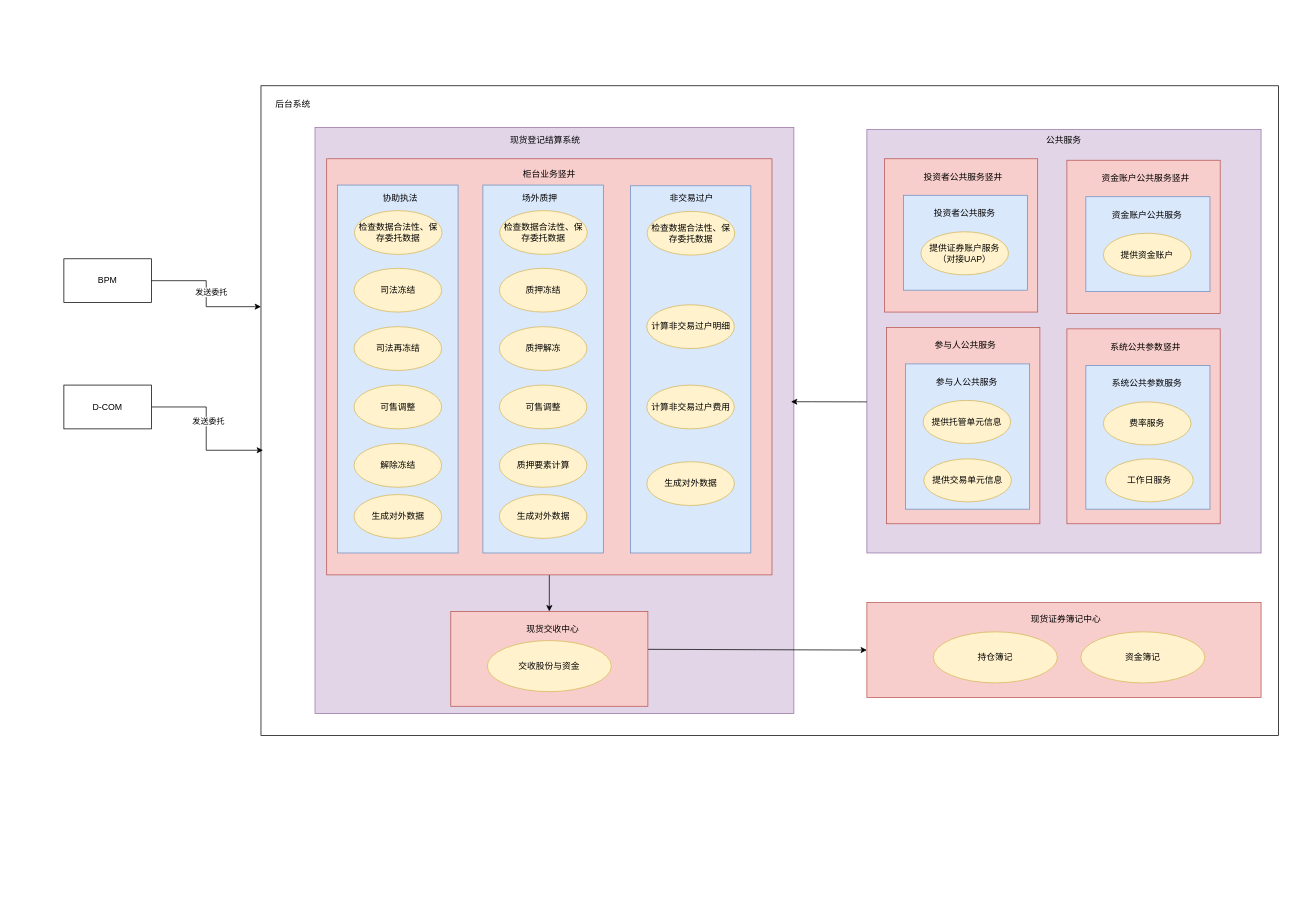
The draw.io diagram 现货业务系统架构示意图.drawio in CielChen/CounterBusiness, before the edit. Source tidied: cells renumbered, new cells numbered last; positions are measured from the earlier drawing's top-left corner, leaving out a move shared by most shapes. Both pictures are drawn from the tidied source at 73%, with x=0, y=0 at pixel (64, 85).
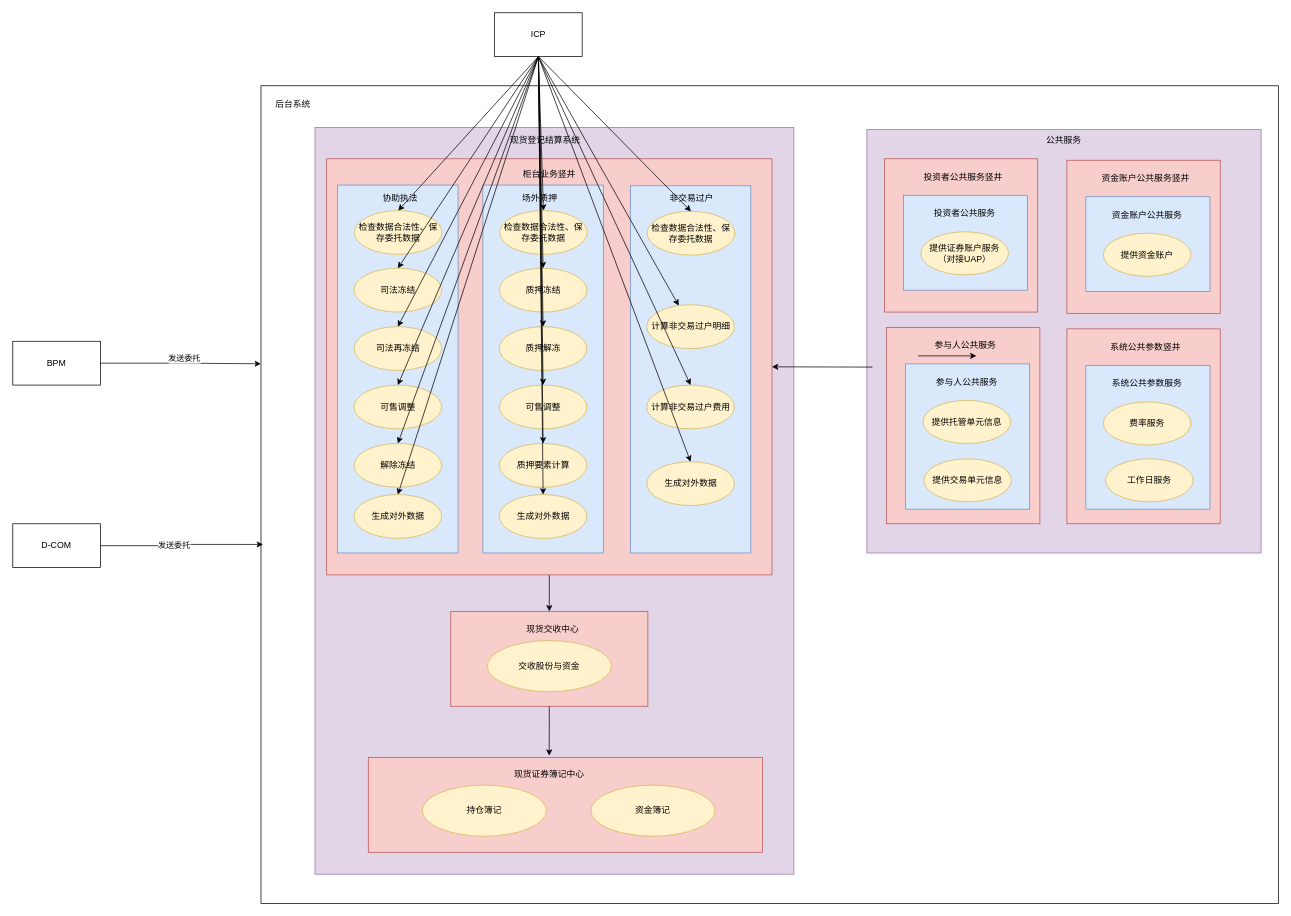
The same diagram, later.

Commit message (it also covers changes not shown here):
更新现货业务系统架构示意图.drawio

Unchanged cells that the change refers to:
```xml
<mxCell id="8" style="rounded=0;whiteSpace=wrap;html=1;fillColor=#f8cecc;strokeColor=#b85450;" parent="1" vertex="1">
  <mxGeometry x="360" y="100" width="610" height="570" as="geometry" />
</mxCell>
<mxCell id="12" value="检查数据合法性、保存委托数据" style="ellipse;whiteSpace=wrap;html=1;fillColor=#fff2cc;strokeColor=#d6b656;" parent="1" vertex="1">
  <mxGeometry x="398" y="171" width="120" height="60" as="geometry" />
</mxCell>
<mxCell id="13" value="生成对外数据" style="ellipse;whiteSpace=wrap;html=1;fillColor=#fff2cc;strokeColor=#d6b656;" parent="1" vertex="1">
  <mxGeometry x="397.5" y="560" width="120" height="60" as="geometry" />
</mxCell>
<mxCell id="14" value="司法冻结" style="ellipse;whiteSpace=wrap;html=1;fillColor=#fff2cc;strokeColor=#d6b656;" parent="1" vertex="1">
  <mxGeometry x="397.5" y="250" width="120" height="60" as="geometry" />
</mxCell>
<mxCell id="15" value="司法再冻结" style="ellipse;whiteSpace=wrap;html=1;fillColor=#fff2cc;strokeColor=#d6b656;" parent="1" vertex="1">
  <mxGeometry x="397.5" y="330" width="120" height="60" as="geometry" />
</mxCell>
<mxCell id="16" value="可售调整" style="ellipse;whiteSpace=wrap;html=1;fillColor=#fff2cc;strokeColor=#d6b656;" parent="1" vertex="1">
  <mxGeometry x="397.5" y="410" width="120" height="60" as="geometry" />
</mxCell>
<mxCell id="17" value="解除冻结" style="ellipse;whiteSpace=wrap;html=1;fillColor=#fff2cc;strokeColor=#d6b656;" parent="1" vertex="1">
  <mxGeometry x="397.5" y="490" width="120" height="60" as="geometry" />
</mxCell>
<mxCell id="20" value="检查数据合法性、保存委托数据" style="ellipse;whiteSpace=wrap;html=1;fillColor=#fff2cc;strokeColor=#d6b656;" parent="1" vertex="1">
  <mxGeometry x="597" y="171" width="120" height="60" as="geometry" />
</mxCell>
<mxCell id="21" value="生成对外数据" style="ellipse;whiteSpace=wrap;html=1;fillColor=#fff2cc;strokeColor=#d6b656;" parent="1" vertex="1">
  <mxGeometry x="596.5" y="560" width="120" height="60" as="geometry" />
</mxCell>
<mxCell id="22" value="质押冻结" style="ellipse;whiteSpace=wrap;html=1;fillColor=#fff2cc;strokeColor=#d6b656;" parent="1" vertex="1">
  <mxGeometry x="596.5" y="250" width="120" height="60" as="geometry" />
</mxCell>
<mxCell id="23" value="质押解冻" style="ellipse;whiteSpace=wrap;html=1;fillColor=#fff2cc;strokeColor=#d6b656;" parent="1" vertex="1">
  <mxGeometry x="596.5" y="330" width="120" height="60" as="geometry" />
</mxCell>
<mxCell id="24" value="可售调整" style="ellipse;whiteSpace=wrap;html=1;fillColor=#fff2cc;strokeColor=#d6b656;" parent="1" vertex="1">
  <mxGeometry x="596.5" y="410" width="120" height="60" as="geometry" />
</mxCell>
<mxCell id="25" value="质押要素计算" style="ellipse;whiteSpace=wrap;html=1;fillColor=#fff2cc;strokeColor=#d6b656;" parent="1" vertex="1">
  <mxGeometry x="596.5" y="490" width="120" height="60" as="geometry" />
</mxCell>
<mxCell id="28" value="检查数据合法性、保存委托数据" style="ellipse;whiteSpace=wrap;html=1;fillColor=#fff2cc;strokeColor=#d6b656;" parent="1" vertex="1">
  <mxGeometry x="799" y="172" width="120" height="60" as="geometry" />
</mxCell>
<mxCell id="29" value="生成对外数据" style="ellipse;whiteSpace=wrap;html=1;fillColor=#fff2cc;strokeColor=#d6b656;" parent="1" vertex="1">
  <mxGeometry x="798.5" y="515" width="120" height="60" as="geometry" />
</mxCell>
<mxCell id="30" value="计算非交易过户明细" style="ellipse;whiteSpace=wrap;html=1;fillColor=#fff2cc;strokeColor=#d6b656;" parent="1" vertex="1">
  <mxGeometry x="798.5" y="300" width="120" height="60" as="geometry" />
</mxCell>
<mxCell id="31" value="计算非交易过户费用" style="ellipse;whiteSpace=wrap;html=1;fillColor=#fff2cc;strokeColor=#d6b656;" parent="1" vertex="1">
  <mxGeometry x="798.5" y="410" width="120" height="60" as="geometry" />
</mxCell>
<mxCell id="37" style="rounded=0;whiteSpace=wrap;html=1;fillColor=#e1d5e7;strokeColor=#9673a6;" parent="1" vertex="1">
  <mxGeometry x="1100" y="60" width="540" height="580" as="geometry" />
</mxCell>
<mxCell id="63" style="rounded=0;whiteSpace=wrap;html=1;fillColor=#f8cecc;strokeColor=#b85450;" parent="1" vertex="1">
  <mxGeometry x="530" y="720" width="270" height="130" as="geometry" />
</mxCell>
```

Change to the diagram source:
```diff
@@
     <mxCell id="2" style="rounded=0;whiteSpace=wrap;html=1;" parent="1" vertex="1">
-      <mxGeometry x="270" width="1394" height="890" as="geometry" />
+      <mxGeometry x="270" width="1394" height="1120" as="geometry" />
     </mxCell>
     <mxCell id="3" value="BPM" style="rounded=0;whiteSpace=wrap;html=1;" parent="1" vertex="1">
-      <mxGeometry y="237" width="120" height="60" as="geometry" />
+      <mxGeometry x="-70" y="350" width="120" height="60" as="geometry" />
     </mxCell>
+    <mxCell id="5" style="rounded=0;whiteSpace=wrap;html=1;fillColor=#e1d5e7;strokeColor=#9673a6;" parent="1" vertex="1">
+      <mxGeometry x="344" y="57" width="656" height="1023" as="geometry" />
+    </mxCell>
@@
-    <mxCell id="5" style="rounded=0;whiteSpace=wrap;html=1;fillColor=#e1d5e7;strokeColor=#9673a6;" parent="1" vertex="1">
-      <mxGeometry x="344" y="57" width="656" height="803" as="geometry" />
-    </mxCell>
@@
     <mxCell id="34" value="D-COM" style="rounded=0;whiteSpace=wrap;html=1;" parent="1" vertex="1">
-      <mxGeometry y="410" width="120" height="60" as="geometry" />
+      <mxGeometry x="-70" y="600" width="120" height="60" as="geometry" />
     </mxCell>
@@
-    <mxCell id="61" style="curved=1;endArrow=classic;html=1;rounded=0;entryX=0.994;entryY=0.468;entryDx=0;entryDy=0;entryPerimeter=0;" parent="1" edge="1" target="5">
-      <mxGeometry relative="1" as="geometry">
-        <mxPoint x="1100" y="433" as="sourcePoint" />
-      </mxGeometry>
-    </mxCell>
-    <mxCell id="62" style="edgeStyle=orthogonalEdgeStyle;rounded=0;jettySize=auto;html=1;exitX=1;exitY=0.5;exitDx=0;exitDy=0;entryX=0;entryY=0.5;entryDx=0;entryDy=0;" parent="1" edge="1" target="66">
-      <mxGeometry relative="1" as="geometry">
-        <mxPoint x="800" y="772" as="sourcePoint" />
-      </mxGeometry>
-    </mxCell>
@@
     <mxCell id="66" style="rounded=0;whiteSpace=wrap;html=1;fillColor=#f8cecc;strokeColor=#b85450;" parent="1" vertex="1">
-      <mxGeometry x="1100" y="708" width="540" height="130" as="geometry" />
+      <mxGeometry x="417" y="920" width="540" height="130" as="geometry" />
     </mxCell>
     <mxCell id="67" value="现货证券簿记中心" style="text;strokeColor=none;align=center;fillColor=none;html=1;verticalAlign=middle;whiteSpace=wrap;rounded=0;" parent="1" vertex="1">
-      <mxGeometry x="1313" y="715" width="120" height="32" as="geometry" />
+      <mxGeometry x="605" y="930" width="120" height="28" as="geometry" />
     </mxCell>
     <mxCell id="68" value="持仓簿记" style="ellipse;whiteSpace=wrap;html=1;fillColor=#fff2cc;strokeColor=#d6b656;" parent="1" vertex="1">
-      <mxGeometry x="1191" y="748" width="170" height="70" as="geometry" />
+      <mxGeometry x="491" y="958" width="170" height="70" as="geometry" />
     </mxCell>
     <mxCell id="69" value="资金簿记" style="ellipse;whiteSpace=wrap;html=1;fillColor=#fff2cc;strokeColor=#d6b656;" parent="1" vertex="1">
-      <mxGeometry x="1393" y="748" width="170" height="70" as="geometry" />
+      <mxGeometry x="722" y="958" width="170" height="70" as="geometry" />
     </mxCell>
+    <mxCell id="70" value="ICP" style="rounded=0;whiteSpace=wrap;html=1;" parent="1" vertex="1">
+      <mxGeometry x="590" y="-100" width="120" height="60" as="geometry" />
+    </mxCell>
+    <mxCell id="71" style="edgeStyle=none;jettySize=auto;html=1;rounded=0;entryX=0.5;entryY=0;entryDx=0;entryDy=0;exitX=0.5;exitY=1;exitDx=0;exitDy=0;" parent="1" edge="1" source="70" target="12">
+      <mxGeometry relative="1" as="geometry" />
+    </mxCell>
+    <mxCell id="72" style="edgeStyle=none;jettySize=auto;html=1;rounded=0;entryX=0.5;entryY=0;entryDx=0;entryDy=0;exitX=0.5;exitY=1;exitDx=0;exitDy=0;" parent="1" edge="1" source="70" target="14">
+      <mxGeometry relative="1" as="geometry" />
+    </mxCell>
+    <mxCell id="73" style="edgeStyle=none;jettySize=auto;html=1;rounded=0;entryX=0.5;entryY=0;entryDx=0;entryDy=0;exitX=0.5;exitY=1;exitDx=0;exitDy=0;" parent="1" edge="1" source="70" target="15">
+      <mxGeometry relative="1" as="geometry" />
+    </mxCell>
+    <mxCell id="74" style="edgeStyle=none;jettySize=auto;html=1;rounded=0;entryX=0.5;entryY=0;entryDx=0;entryDy=0;exitX=0.5;exitY=1;exitDx=0;exitDy=0;" parent="1" edge="1" source="70" target="16">
+      <mxGeometry relative="1" as="geometry" />
+    </mxCell>
+    <mxCell id="75" style="edgeStyle=none;jettySize=auto;html=1;rounded=0;exitX=0.5;exitY=1;exitDx=0;exitDy=0;entryX=0.5;entryY=0;entryDx=0;entryDy=0;" parent="1" edge="1" source="70" target="17">
+      <mxGeometry relative="1" as="geometry" />
+    </mxCell>
+    <mxCell id="76" style="edgeStyle=none;jettySize=auto;html=1;rounded=0;entryX=0.5;entryY=0;entryDx=0;entryDy=0;exitX=0.5;exitY=1;exitDx=0;exitDy=0;" parent="1" edge="1" source="70" target="13">
+      <mxGeometry relative="1" as="geometry" />
+    </mxCell>
+    <mxCell id="77" style="edgeStyle=none;jettySize=auto;html=1;rounded=0;entryX=0.5;entryY=0;entryDx=0;entryDy=0;exitX=0.5;exitY=1;exitDx=0;exitDy=0;" parent="1" edge="1" source="70" target="20">
+      <mxGeometry relative="1" as="geometry" />
+    </mxCell>
+    <mxCell id="78" style="edgeStyle=none;jettySize=auto;html=1;rounded=0;entryX=0.5;entryY=0;entryDx=0;entryDy=0;exitX=0.5;exitY=1;exitDx=0;exitDy=0;" parent="1" edge="1" source="70" target="22">
+      <mxGeometry relative="1" as="geometry" />
+    </mxCell>
+    <mxCell id="79" style="edgeStyle=none;jettySize=auto;html=1;rounded=0;entryX=0.5;entryY=0;entryDx=0;entryDy=0;" parent="1" edge="1" target="23">
+      <mxGeometry relative="1" as="geometry">
+        <mxPoint x="650" y="-30" as="sourcePoint" />
+      </mxGeometry>
+    </mxCell>
+    <mxCell id="80" style="edgeStyle=none;jettySize=auto;html=1;rounded=0;entryX=0.5;entryY=0;entryDx=0;entryDy=0;exitX=0.5;exitY=1;exitDx=0;exitDy=0;" parent="1" edge="1" source="70" target="24">
+      <mxGeometry relative="1" as="geometry" />
+    </mxCell>
+    <mxCell id="81" style="edgeStyle=none;jettySize=auto;html=1;rounded=0;entryX=0.5;entryY=0;entryDx=0;entryDy=0;exitX=0.5;exitY=1;exitDx=0;exitDy=0;" parent="1" edge="1" source="70" target="25">
+      <mxGeometry relative="1" as="geometry" />
+    </mxCell>
+    <mxCell id="82" style="edgeStyle=none;jettySize=auto;html=1;rounded=0;entryX=0.5;entryY=0;entryDx=0;entryDy=0;exitX=0.5;exitY=1;exitDx=0;exitDy=0;" parent="1" edge="1" source="70" target="21">
+      <mxGeometry relative="1" as="geometry" />
+    </mxCell>
+    <mxCell id="83" style="edgeStyle=none;jettySize=auto;html=1;rounded=0;entryX=0.5;entryY=0;entryDx=0;entryDy=0;exitX=0.5;exitY=1;exitDx=0;exitDy=0;" parent="1" edge="1" source="70" target="28">
+      <mxGeometry relative="1" as="geometry" />
+    </mxCell>
+    <mxCell id="84" style="edgeStyle=none;jettySize=auto;html=1;rounded=0;exitX=0.5;exitY=1;exitDx=0;exitDy=0;" parent="1" edge="1" source="70" target="30">
+      <mxGeometry relative="1" as="geometry" />
+    </mxCell>
+    <mxCell id="85" style="edgeStyle=none;jettySize=auto;html=1;rounded=0;entryX=0.5;entryY=0;entryDx=0;entryDy=0;exitX=0.5;exitY=1;exitDx=0;exitDy=0;" parent="1" edge="1" source="70" target="31">
+      <mxGeometry relative="1" as="geometry" />
+    </mxCell>
+    <mxCell id="86" style="edgeStyle=none;jettySize=auto;html=1;rounded=0;entryX=0.5;entryY=0;entryDx=0;entryDy=0;exitX=0.5;exitY=1;exitDx=0;exitDy=0;" parent="1" edge="1" source="70" target="29">
+      <mxGeometry relative="1" as="geometry" />
+    </mxCell>
+    <mxCell id="87" style="edgeStyle=none;jettySize=auto;html=1;rounded=0;entryX=0.459;entryY=-0.018;entryDx=0;entryDy=0;entryPerimeter=0;exitX=0.5;exitY=1;exitDx=0;exitDy=0;" parent="1" edge="1" source="63" target="66">
+      <mxGeometry relative="1" as="geometry" />
+    </mxCell>
+    <mxCell id="88" style="edgeStyle=none;orthogonalLoop=1;jettySize=auto;html=1;rounded=0;" parent="1" edge="1">
+      <mxGeometry relative="1" as="geometry">
+        <mxPoint x="1170" y="370" as="sourcePoint" />
+        <mxPoint x="1250" y="370" as="targetPoint" />
+      </mxGeometry>
+    </mxCell>
+    <mxCell id="89" style="edgeStyle=none;jettySize=auto;html=1;rounded=0;entryX=1;entryY=0.5;entryDx=0;entryDy=0;exitX=0.014;exitY=0.561;exitDx=0;exitDy=0;exitPerimeter=0;" parent="1" edge="1" source="37" target="8">
+      <mxGeometry relative="1" as="geometry" />
+    </mxCell>
```
